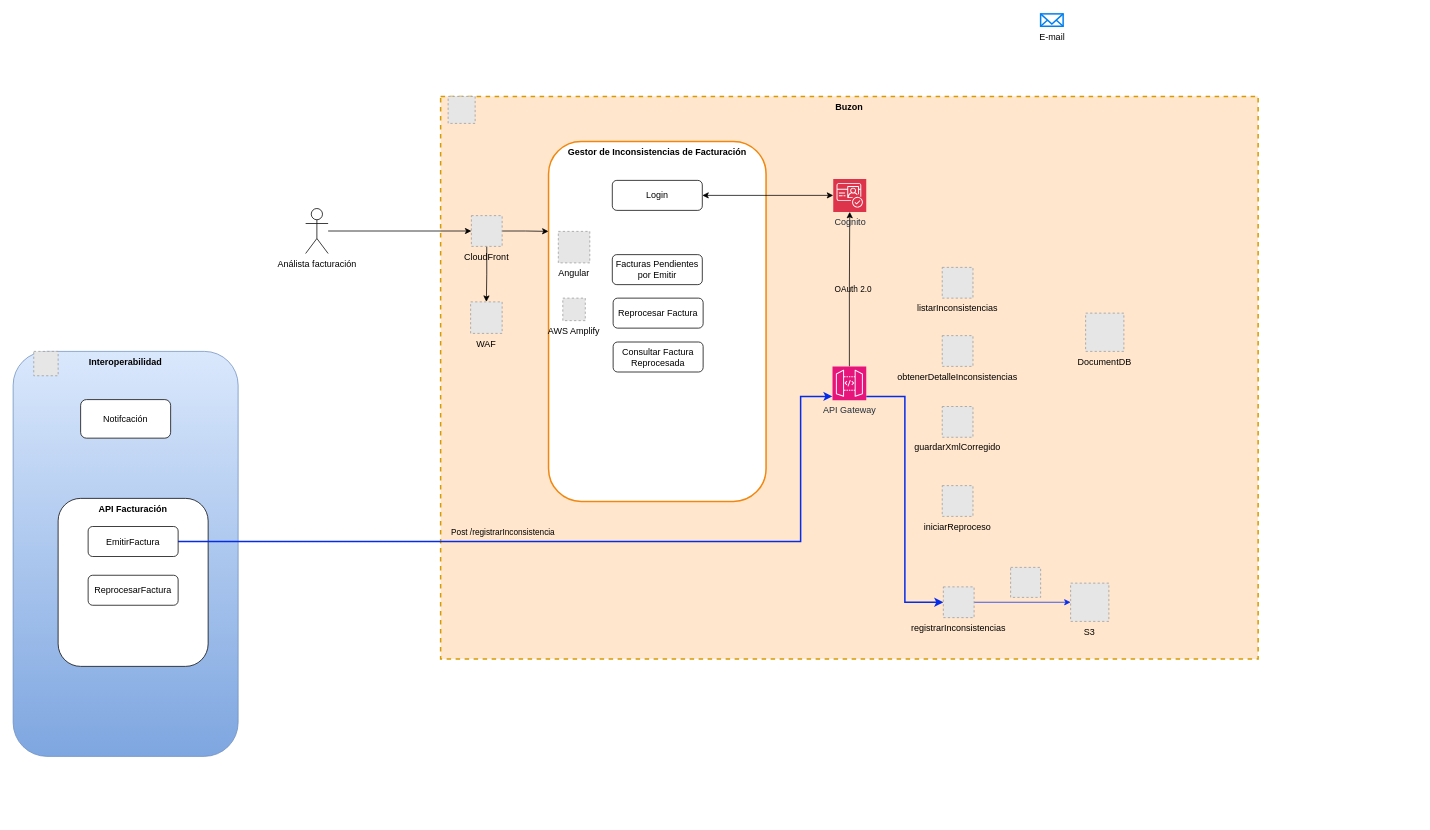
This is page "Gestor Inconsistencias" (18 of 18) of Emision en Linea - Todos.drawio from carlosvalderrama1204/diagrams, a draw.io file, before an edit. Source tidied: cells renumbered, new cells numbered last; positions are measured from the earlier drawing's top-left corner, leaving out a move shared by most shapes. Both pictures are drawn from the tidied source at 75%, with x=0, y=0 at pixel (13, 14). Pictures stored in the file or linked from it are replaced by grey dashed boxes.
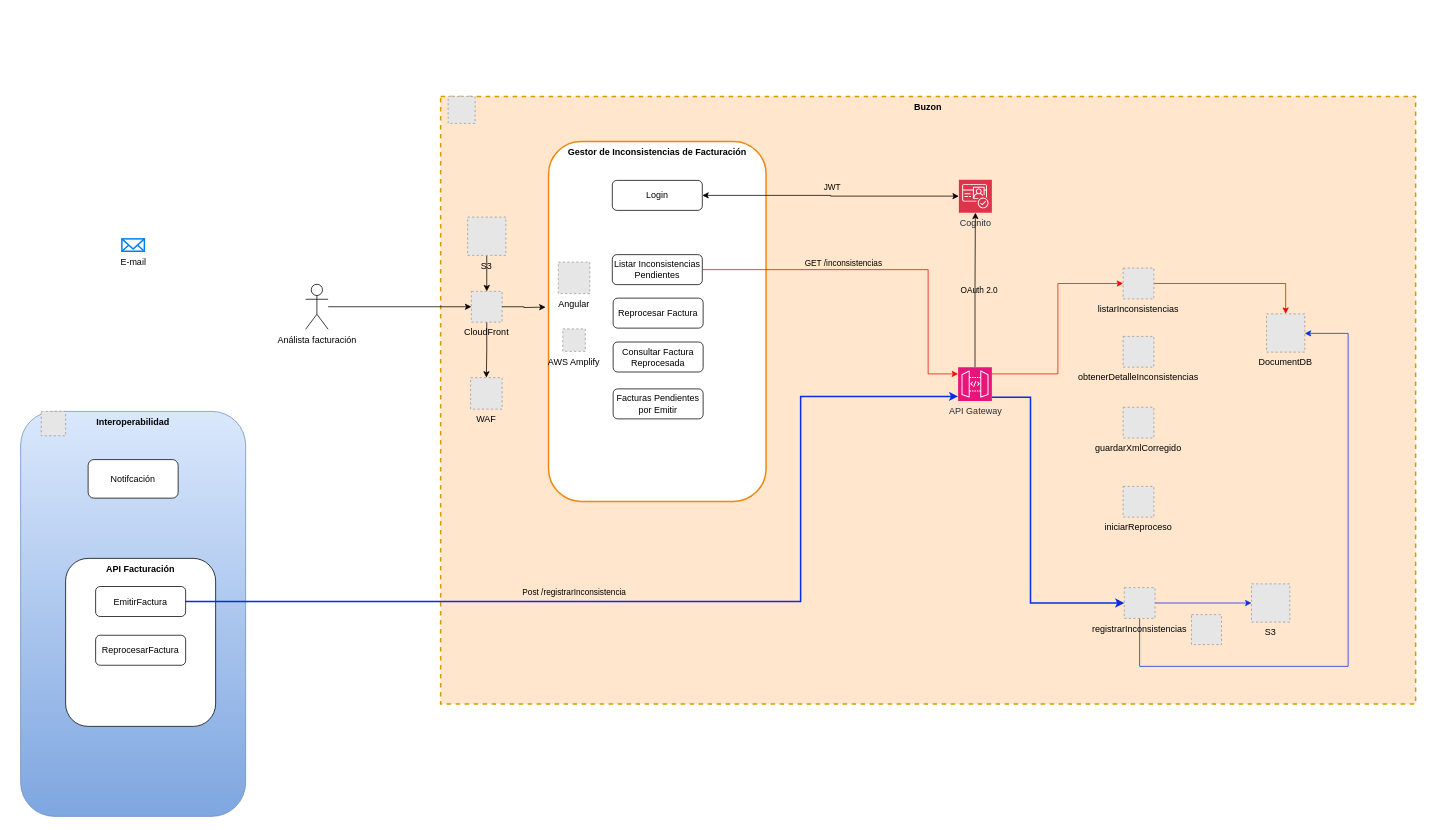
Above is the later version.

The change refers to these unchanged cells:
```xml
<mxCell id="34" value="Gestor de Inconsistencias de Facturación" style="rounded=1;whiteSpace=wrap;html=1;align=center;verticalAlign=top;fontStyle=1;strokeColor=light-dark(#f1870e, #ededed);strokeWidth=2;" parent="1" vertex="1">
  <mxGeometry x="713.9" y="170" width="290" height="480" as="geometry" />
</mxCell>
<mxCell id="41" style="edgeStyle=orthogonalEdgeStyle;rounded=0;jettySize=auto;html=1;entryX=0;entryY=0.5;entryDx=0;entryDy=0;entryPerimeter=0;startArrow=classic;startFill=1;" parent="1" edge="1" source="35" target="27">
  <mxGeometry relative="1" as="geometry" />
</mxCell>
```

Diff of the diagram source:
```diff
@@
     <mxCell id="2" value="Buzon" style="rounded=0;whiteSpace=wrap;html=1;verticalAlign=top;fontStyle=1;fillColor=#ffe6cc;strokeColor=#d79b00;dashed=1;strokeWidth=2;" parent="1" vertex="1">
-      <mxGeometry x="570" y="110" width="1090" height="750" as="geometry" />
+      <mxGeometry x="570" y="110" width="1300" height="810" as="geometry" />
     </mxCell>
     <mxCell id="3" style="group;dashed=1;strokeWidth=2;" parent="1" vertex="1">
-      <mxGeometry y="450" width="300" height="540" as="geometry" />
+      <mxGeometry x="10" y="530" width="300" height="540" as="geometry" />
     </mxCell>
@@
     <mxCell id="8" value="Análista facturación" style="shape=umlActor;verticalLabelPosition=bottom;verticalAlign=top;html=1;outlineConnect=0;" parent="1" vertex="1">
-      <mxGeometry x="390" y="259.5" width="30" height="60" as="geometry" />
+      <mxGeometry x="390" y="360.5" width="30" height="60" as="geometry" />
     </mxCell>
     <mxCell id="9" value="API Facturación" style="rounded=1;whiteSpace=wrap;html=1;verticalAlign=top;fontStyle=1;" parent="1" vertex="1">
-      <mxGeometry x="60" y="646" width="200" height="224" as="geometry" />
+      <mxGeometry x="70" y="726" width="200" height="224" as="geometry" />
     </mxCell>
     <mxCell id="10" style="edgeStyle=orthogonalEdgeStyle;rounded=0;jettySize=auto;html=1;strokeColor=light-dark(#062cea, #ededed);strokeWidth=2;" parent="1" edge="1" source="12" target="17">
       <mxGeometry relative="1" as="geometry">
         <Array as="points">
-          <mxPoint x="1050" y="704" />
+          <mxPoint x="1050" y="784" />
           <mxPoint x="1050" y="510" />
         </Array>
       </mxGeometry>
     </mxCell>
@@
     <mxCell id="12" value="EmitirFactura" style="rounded=1;whiteSpace=wrap;html=1;" parent="1" vertex="1">
-      <mxGeometry x="100" y="683.5" width="120" height="40" as="geometry" />
+      <mxGeometry x="110" y="763.5" width="120" height="40" as="geometry" />
     </mxCell>
     <mxCell id="13" value="ReprocesarFactura" style="rounded=1;whiteSpace=wrap;html=1;" parent="1" vertex="1">
-      <mxGeometry x="100" y="748.5" width="120" height="40" as="geometry" />
+      <mxGeometry x="110" y="828.5" width="120" height="40" as="geometry" />
     </mxCell>
     <mxCell id="14" style="edgeStyle=orthogonalEdgeStyle;rounded=0;jettySize=auto;html=1;entryX=0;entryY=0.5;entryDx=0;entryDy=0;strokeColor=light-dark(#062CEA,#EDEDED);strokeWidth=2;" parent="1" edge="1" source="17" target="29">
       <mxGeometry relative="1" as="geometry">
         <Array as="points">
-          <mxPoint x="1189" y="510" />
-          <mxPoint x="1189" y="785" />
+          <mxPoint x="1356.5" y="511" />
+          <mxPoint x="1356.5" y="786" />
         </Array>
       </mxGeometry>
     </mxCell>
@@
+    <mxCell id="42" style="edgeStyle=orthogonalEdgeStyle;rounded=0;jettySize=auto;html=1;entryX=0;entryY=0.5;entryDx=0;entryDy=0;strokeColor=#F20707;" parent="1" edge="1" source="17" target="30">
+      <mxGeometry relative="1" as="geometry">
+        <Array as="points">
+          <mxPoint x="1393" y="480" />
+          <mxPoint x="1393" y="360" />
+        </Array>
+      </mxGeometry>
+    </mxCell>
     <mxCell id="17" value="API Gateway" style="sketch=0;points=[[0,0,0],[0.25,0,0],[0.5,0,0],[0.75,0,0],[1,0,0],[0,1,0],[0.25,1,0],[0.5,1,0],[0.75,1,0],[1,1,0],[0,0.25,0],[0,0.5,0],[0,0.75,0],[1,0.25,0],[1,0.5,0],[1,0.75,0]];outlineConnect=0;fontColor=#232F3E;fillColor=#E7157B;strokeColor=#ffffff;dashed=0;verticalLabelPosition=bottom;verticalAlign=top;align=center;html=1;fontSize=12;fontStyle=0;shape=mxgraph.aws4.resourceIcon;resIcon=mxgraph.aws4.api_gateway;" parent="1" vertex="1">
-      <mxGeometry x="1092.5" y="470" width="45" height="45" as="geometry" />
+      <mxGeometry x="1260" y="471" width="45" height="45" as="geometry" />
     </mxCell>
     <mxCell id="18" value="E-mail" style="html=1;verticalLabelPosition=bottom;align=center;labelBackgroundColor=#ffffff;verticalAlign=top;strokeWidth=2;strokeColor=#0080F0;shadow=0;dashed=0;shape=mxgraph.ios7.icons.mail;" parent="1" vertex="1">
-      <mxGeometry x="1370" width="30" height="16.5" as="geometry" />
+      <mxGeometry x="145" y="300" width="30" height="16.5" as="geometry" />
     </mxCell>
@@
-    <mxCell id="20" style="edgeStyle=orthogonalEdgeStyle;rounded=0;jettySize=auto;html=1;entryX=0;entryY=0.25;entryDx=0;entryDy=0;" parent="1" edge="1" source="21" target="34">
-      <mxGeometry relative="1" as="geometry" />
-    </mxCell>
     <mxCell id="21" value="CloudFront" style="fillColor=#E6E6E6;strokeColor=#999999;dashed=1;verticalLabelPosition=bottom;labelBackgroundColor=none;verticalAlign=top;" parent="1" vertex="1">
-      <mxGeometry x="611" y="269" width="41" height="41" as="geometry" />
+      <mxGeometry x="611" y="370" width="41" height="41" as="geometry" />
     </mxCell>
     <mxCell id="22" value="WAF" style="fillColor=#E6E6E6;strokeColor=#999999;dashed=1;verticalLabelPosition=bottom;labelBackgroundColor=none;verticalAlign=top;" parent="1" vertex="1">
-      <mxGeometry x="610" y="384" width="42" height="42" as="geometry" />
+      <mxGeometry x="610" y="485" width="42" height="42" as="geometry" />
     </mxCell>
@@
     <mxCell id="24" value="DocumentDB" style="fillColor=#E6E6E6;strokeColor=#999999;dashed=1;verticalLabelPosition=bottom;labelBackgroundColor=none;verticalAlign=top;" parent="1" vertex="1">
-      <mxGeometry x="1430" y="399" width="51" height="51" as="geometry" />
+      <mxGeometry x="1671.2" y="400" width="51" height="51" as="geometry" />
     </mxCell>
     <mxCell id="25" value="S3" style="fillColor=#E6E6E6;strokeColor=#999999;dashed=1;verticalLabelPosition=bottom;labelBackgroundColor=none;verticalAlign=top;" parent="1" vertex="1">
-      <mxGeometry x="1410" y="759" width="51" height="51" as="geometry" />
+      <mxGeometry x="1651.2" y="760" width="51" height="51" as="geometry" />
     </mxCell>
     <mxCell id="26" style="fillColor=#E6E6E6;strokeColor=#999999;dashed=1;html=1;verticalAlign=top;verticalLabelPosition=bottom;labelBackgroundColor=#ffffff;" parent="1" vertex="1">
-      <mxGeometry x="1330" y="738" width="40" height="40" as="geometry" />
+      <mxGeometry x="1571.2" y="801" width="40" height="40" as="geometry" />
     </mxCell>
     <mxCell id="27" value="Cognito" style="sketch=0;points=[[0,0,0],[0.25,0,0],[0.5,0,0],[0.75,0,0],[1,0,0],[0,1,0],[0.25,1,0],[0.5,1,0],[0.75,1,0],[1,1,0],[0,0.25,0],[0,0.5,0],[0,0.75,0],[1,0.25,0],[1,0.5,0],[1,0.75,0]];outlineConnect=0;fontColor=#232F3E;fillColor=#DD344C;strokeColor=#ffffff;dashed=0;verticalLabelPosition=bottom;verticalAlign=top;align=center;html=1;fontSize=12;fontStyle=0;shape=mxgraph.aws4.resourceIcon;resIcon=mxgraph.aws4.cognito;" parent="1" vertex="1">
-      <mxGeometry x="1093.5" y="220" width="44" height="44" as="geometry" />
+      <mxGeometry x="1261" y="221" width="44" height="44" as="geometry" />
     </mxCell>
@@
+    <mxCell id="43" style="edgeStyle=orthogonalEdgeStyle;rounded=0;jettySize=auto;html=1;strokeColor=#062CEA;" parent="1" edge="1" source="29" target="24">
+      <mxGeometry relative="1" as="geometry">
+        <Array as="points">
+          <mxPoint x="1502" y="870" />
+          <mxPoint x="1780" y="870" />
+          <mxPoint x="1780" y="426" />
+        </Array>
+      </mxGeometry>
+    </mxCell>
     <mxCell id="29" value="registrarInconsistencias" style="fillColor=#E6E6E6;strokeColor=#999999;dashed=1;verticalLabelPosition=bottom;labelBackgroundColor=none;verticalAlign=top;" parent="1" vertex="1">
-      <mxGeometry x="1240.3" y="764" width="41" height="41" as="geometry" />
+      <mxGeometry x="1481.5" y="765" width="41" height="41" as="geometry" />
     </mxCell>
+    <mxCell id="44" style="edgeStyle=orthogonalEdgeStyle;rounded=0;jettySize=auto;html=1;entryX=0.5;entryY=0;entryDx=0;entryDy=0;strokeColor=#F20707;" parent="1" edge="1" source="30" target="24">
+      <mxGeometry relative="1" as="geometry" />
+    </mxCell>
     <mxCell id="30" value="listarInconsistencias" style="fillColor=#E6E6E6;strokeColor=#999999;dashed=1;verticalLabelPosition=bottom;labelBackgroundColor=none;verticalAlign=top;" parent="1" vertex="1">
-      <mxGeometry x="1238.8" y="338" width="41" height="41" as="geometry" />
+      <mxGeometry x="1480" y="339" width="41" height="41" as="geometry" />
     </mxCell>
     <mxCell id="31" value="obtenerDetalleInconsistencias" style="fillColor=#E6E6E6;strokeColor=#999999;dashed=1;verticalLabelPosition=bottom;labelBackgroundColor=none;verticalAlign=top;" parent="1" vertex="1">
-      <mxGeometry x="1238.8" y="429" width="41" height="41" as="geometry" />
+      <mxGeometry x="1480" y="430" width="41" height="41" as="geometry" />
     </mxCell>
     <mxCell id="32" value="guardarXmlCorregido" style="fillColor=#E6E6E6;strokeColor=#999999;dashed=1;verticalLabelPosition=bottom;labelBackgroundColor=none;verticalAlign=top;" parent="1" vertex="1">
-      <mxGeometry x="1238.8" y="523.5" width="41" height="41" as="geometry" />
+      <mxGeometry x="1480" y="524.5" width="41" height="41" as="geometry" />
     </mxCell>
     <mxCell id="33" value="iniciarReproceso" style="fillColor=#E6E6E6;strokeColor=#999999;dashed=1;verticalLabelPosition=bottom;labelBackgroundColor=none;verticalAlign=top;" parent="1" vertex="1">
-      <mxGeometry x="1238.8" y="629" width="41" height="41" as="geometry" />
+      <mxGeometry x="1480" y="630" width="41" height="41" as="geometry" />
     </mxCell>
@@
-    <mxCell id="36" value="Facturas Pendientes por Emitir" style="rounded=1;whiteSpace=wrap;html=1;" parent="1" vertex="1">
+    <mxCell id="36" value="Listar Inconsistencias Pendientes" style="rounded=1;whiteSpace=wrap;html=1;" parent="1" vertex="1">
       <mxGeometry x="798.9" y="321" width="120" height="40" as="geometry" />
     </mxCell>
@@
     <mxCell id="39" value="AWS Amplify" style="fillColor=#E6E6E6;strokeColor=#999999;dashed=1;verticalLabelPosition=bottom;labelBackgroundColor=none;verticalAlign=top;" parent="1" vertex="1">
-      <mxGeometry x="732.9" y="379" width="30" height="30" as="geometry" />
+      <mxGeometry x="732.9" y="420" width="30" height="30" as="geometry" />
     </mxCell>
     <mxCell id="40" value="Angular" style="fillColor=#E6E6E6;strokeColor=#999999;dashed=1;verticalLabelPosition=bottom;labelBackgroundColor=default;verticalAlign=top;" parent="1" vertex="1">
-      <mxGeometry x="726.9" y="290" width="42" height="42" as="geometry" />
+      <mxGeometry x="726.9" y="331" width="42" height="42" as="geometry" />
     </mxCell>
@@
+    <mxCell id="45" value="JWT" style="edgeLabel;html=1;align=center;verticalAlign=middle;labelBackgroundColor=none;" parent="41" vertex="1">
+      <mxGeometry x="-0.26" y="4" relative="1" as="geometry">
+        <mxPoint x="46" y="-8" as="offset" />
+      </mxGeometry>
+    </mxCell>
+    <mxCell id="46" style="edgeStyle=orthogonalEdgeStyle;rounded=0;jettySize=auto;html=1;entryX=0.5;entryY=0;entryDx=0;entryDy=0;" parent="1" edge="1" source="47" target="21">
+      <mxGeometry relative="1" as="geometry" />
+    </mxCell>
+    <mxCell id="47" value="S3" style="fillColor=#E6E6E6;strokeColor=#999999;dashed=1;verticalLabelPosition=bottom;labelBackgroundColor=none;verticalAlign=top;" parent="1" vertex="1">
+      <mxGeometry x="606" y="271" width="51" height="51" as="geometry" />
+    </mxCell>
+    <mxCell id="48" value="Facturas Pendientes por Emitir" style="rounded=1;whiteSpace=wrap;html=1;" parent="1" vertex="1">
+      <mxGeometry x="800" y="500" width="120" height="40" as="geometry" />
+    </mxCell>
+    <mxCell id="49" style="edgeStyle=orthogonalEdgeStyle;rounded=0;jettySize=auto;html=1;strokeColor=light-dark(#f20707, #ededed);" parent="1" edge="1" source="36">
+      <mxGeometry relative="1" as="geometry">
+        <mxPoint x="1260" y="480" as="targetPoint" />
+        <Array as="points">
+          <mxPoint x="1220" y="341" />
+          <mxPoint x="1220" y="480" />
+          <mxPoint x="1260" y="480" />
+        </Array>
+      </mxGeometry>
+    </mxCell>
+    <mxCell id="50" value="GET /inconsistencias" style="edgeLabel;html=1;align=center;verticalAlign=middle;labelBackgroundColor=none;" parent="49" vertex="1">
+      <mxGeometry x="-0.38" y="-1" relative="1" as="geometry">
+        <mxPoint x="39" y="-10" as="offset" />
+      </mxGeometry>
+    </mxCell>
+    <mxCell id="51" style="edgeStyle=orthogonalEdgeStyle;rounded=0;jettySize=auto;html=1;" parent="1" edge="1" source="21">
+      <mxGeometry relative="1" as="geometry">
+        <mxPoint x="710" y="391" as="targetPoint" />
+      </mxGeometry>
+    </mxCell>
```
